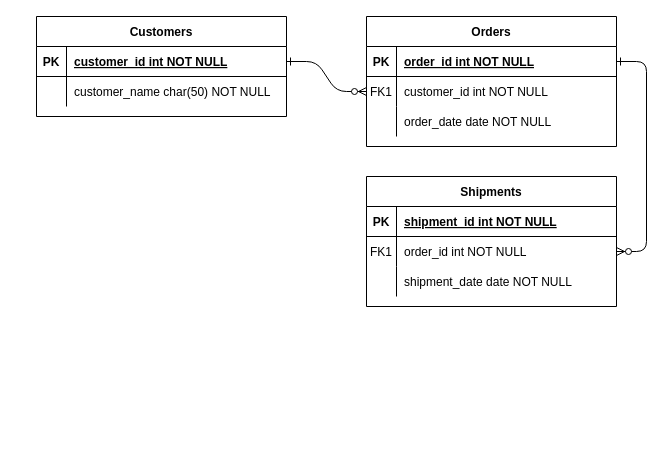
Earlier version of the draw.io diagram ER diagream virtual Reality.drawio (5935512009/virtual_reality_backend_project). Source tidied: cells renumbered, new cells numbered last; positions are measured from the earlier drawing's top-left corner, leaving out a move shared by most shapes. Both pictures are drawn from the tidied source at 100%, with x=0, y=0 at pixel (36, 16).
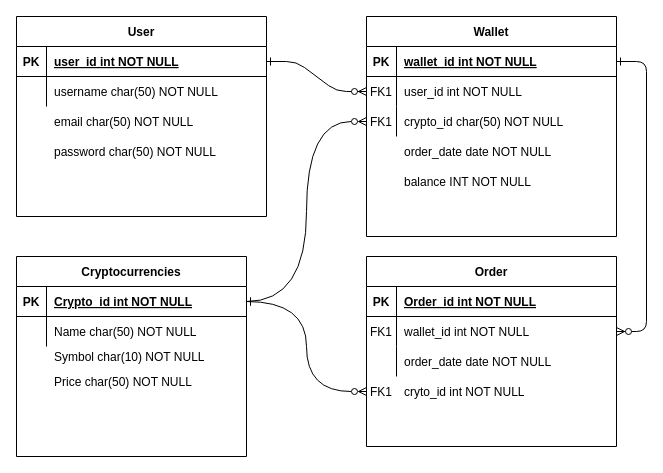
Above is the later version.

The change refers to these unchanged cells:
```xml
<mxCell id="5" style="shape=partialRectangle;fillColor=none;points=[[0,0.5],[1,0.5]];portConstraint=eastwest;top=0;left=0;right=0;bottom=1;" parent="4" vertex="1">
  <mxGeometry y="30" width="250" height="30" as="geometry" />
</mxCell>
<mxCell id="8" style="shape=partialRectangle;fillColor=none;points=[[0,0.5],[1,0.5]];portConstraint=eastwest;top=0;left=0;right=0;bottom=0;" parent="4" vertex="1">
  <mxGeometry y="60" width="250" height="30" as="geometry" />
</mxCell>
<mxCell id="11" style="shape=partialRectangle;fillColor=none;points=[[0,0.5],[1,0.5]];portConstraint=eastwest;top=0;left=0;right=0;bottom=0;" parent="4" vertex="1">
  <mxGeometry y="90" width="250" height="30" as="geometry" />
</mxCell>
<mxCell id="15" style="shape=partialRectangle;fillColor=none;top=0;left=0;right=0;bottom=1;" parent="14" vertex="1">
  <mxGeometry y="30" width="250" height="30" as="geometry" />
</mxCell>
<mxCell id="18" style="shape=partialRectangle;fillColor=none;points=[[0,0.5],[1,0.5]];portConstraint=eastwest;top=0;left=0;right=0;bottom=0;" parent="14" vertex="1">
  <mxGeometry y="60" width="250" height="30" as="geometry" />
</mxCell>
<mxCell id="21" style="shape=partialRectangle;fillColor=none;top=0;left=0;right=0;bottom=0;" parent="14" vertex="1">
  <mxGeometry y="90" width="250" height="30" as="geometry" />
</mxCell>
<mxCell id="25" style="shape=partialRectangle;fillColor=none;points=[[0,0.5],[1,0.5]];portConstraint=eastwest;top=0;left=0;right=0;bottom=1;" parent="24" vertex="1">
  <mxGeometry y="30" width="250" height="30" as="geometry" />
</mxCell>
<mxCell id="28" style="shape=partialRectangle;fillColor=none;top=0;left=0;right=0;bottom=0;" parent="24" vertex="1">
  <mxGeometry y="60" width="250" height="30" as="geometry" />
</mxCell>
```

The edit, as a diff of the source:
```diff
@@
+    <mxCell id="31" style="edgeStyle=orthogonalEdgeStyle;rounded=0;jettySize=auto;html=1;curved=1;entryX=1;entryY=0.5;entryDx=0;entryDy=0;exitX=0;exitY=0.5;exitDx=0;exitDy=0;endArrow=ERone;endFill=0;startArrow=ERzeroToMany;startFill=0;" parent="1" edge="1" source="11" target="35">
+      <mxGeometry relative="1" as="geometry" />
+    </mxCell>
-    <mxCell id="4" value="Orders" style="shape=table;startSize=30;childLayout=tableLayout;rowLines=0;fontStyle=1;align=center;" parent="1" vertex="1">
-      <mxGeometry x="330" width="250" height="130" as="geometry" />
+    <mxCell id="4" value="Wallet" style="shape=table;startSize=30;childLayout=tableLayout;rowLines=0;fontStyle=1;align=center;" parent="1" vertex="1">
+      <mxGeometry x="330" width="250" height="220" as="geometry" />
     </mxCell>
@@
-    <mxCell id="7" value="order_id int NOT NULL " style="shape=partialRectangle;overflow=hidden;fillColor=none;top=0;left=0;bottom=0;right=0;align=left;spacingLeft=6;fontStyle=5;" parent="5" vertex="1">
+    <mxCell id="7" value="wallet_id int NOT NULL " style="shape=partialRectangle;overflow=hidden;fillColor=none;top=0;left=0;bottom=0;right=0;align=left;spacingLeft=6;fontStyle=5;" parent="5" vertex="1">
       <mxGeometry x="30" width="220" height="30" as="geometry" />
     </mxCell>
@@
-    <mxCell id="10" value="customer_id int NOT NULL" style="shape=partialRectangle;overflow=hidden;fillColor=none;top=0;left=0;bottom=0;right=0;align=left;spacingLeft=6;" parent="8" vertex="1">
+    <mxCell id="10" value="user_id int NOT NULL" style="shape=partialRectangle;overflow=hidden;fillColor=none;top=0;left=0;bottom=0;right=0;align=left;spacingLeft=6;" parent="8" vertex="1">
       <mxGeometry x="30" width="220" height="30" as="geometry" />
     </mxCell>
@@
-    <mxCell id="13" value="order_date date NOT NULL" style="shape=partialRectangle;overflow=hidden;fillColor=none;top=0;left=0;bottom=0;right=0;align=left;spacingLeft=6;" parent="11" vertex="1">
+    <mxCell id="13" value="crypto_id char(50) NOT NULL" style="shape=partialRectangle;overflow=hidden;fillColor=none;top=0;left=0;bottom=0;right=0;align=left;spacingLeft=6;" parent="11" vertex="1">
       <mxGeometry x="30" width="220" height="30" as="geometry" />
     </mxCell>
-    <mxCell id="14" value="Shipments" style="shape=table;startSize=30;childLayout=tableLayout;rowLines=0;fontStyle=1;align=center;" parent="1" vertex="1">
-      <mxGeometry x="330" y="160" width="250" height="130" as="geometry" />
+    <mxCell id="14" value="Order" style="shape=table;startSize=30;childLayout=tableLayout;rowLines=0;fontStyle=1;align=center;" parent="1" vertex="1">
+      <mxGeometry x="330" y="240" width="250" height="190" as="geometry" />
     </mxCell>
@@
-    <mxCell id="17" value="shipment_id int NOT NULL " style="shape=partialRectangle;overflow=hidden;fillColor=none;top=0;left=0;bottom=0;right=0;align=left;spacingLeft=6;fontStyle=5;" parent="15" vertex="1">
+    <mxCell id="17" value="Order_id int NOT NULL " style="shape=partialRectangle;overflow=hidden;fillColor=none;top=0;left=0;bottom=0;right=0;align=left;spacingLeft=6;fontStyle=5;" parent="15" vertex="1">
       <mxGeometry x="30" width="220" height="30" as="geometry" />
     </mxCell>
@@
-    <mxCell id="20" value="order_id int NOT NULL" style="shape=partialRectangle;overflow=hidden;fillColor=none;top=0;left=0;bottom=0;right=0;align=left;spacingLeft=6;" parent="18" vertex="1">
+    <mxCell id="20" value="wallet_id int NOT NULL" style="shape=partialRectangle;overflow=hidden;fillColor=none;top=0;left=0;bottom=0;right=0;align=left;spacingLeft=6;" parent="18" vertex="1">
       <mxGeometry x="30" width="220" height="30" as="geometry" />
     </mxCell>
@@
-    <mxCell id="23" value="shipment_date date NOT NULL" style="shape=partialRectangle;overflow=hidden;fillColor=none;top=0;left=0;bottom=0;right=0;align=left;spacingLeft=6;" parent="21" vertex="1">
+    <mxCell id="23" value="order_date date NOT NULL" style="shape=partialRectangle;overflow=hidden;fillColor=none;top=0;left=0;bottom=0;right=0;align=left;spacingLeft=6;" parent="21" vertex="1">
       <mxGeometry x="30" width="220" height="30" as="geometry" />
     </mxCell>
+    <mxCell id="32" value="order_date date NOT NULL" style="shape=partialRectangle;overflow=hidden;fillColor=none;top=0;left=0;bottom=0;right=0;align=left;spacingLeft=6;" parent="1" vertex="1">
+      <mxGeometry x="360" y="120" width="220" height="30" as="geometry" />
+    </mxCell>
+    <mxCell id="33" value="balance INT NOT NULL" style="shape=partialRectangle;overflow=hidden;fillColor=none;top=0;left=0;bottom=0;right=0;align=left;spacingLeft=6;" parent="1" vertex="1">
+      <mxGeometry x="360" y="150" width="220" height="30" as="geometry" />
+    </mxCell>
+    <mxCell id="34" value="Cryptocurrencies" style="shape=table;startSize=30;childLayout=tableLayout;rowLines=0;fontStyle=1;align=center;" parent="1" vertex="1">
+      <mxGeometry x="-20" y="240" width="230" height="200" as="geometry" />
+    </mxCell>
+    <mxCell id="35" style="shape=partialRectangle;fillColor=none;points=[[0,0.5],[1,0.5]];portConstraint=eastwest;top=0;left=0;right=0;bottom=1;" parent="34" vertex="1">
+      <mxGeometry y="30" width="230" height="30" as="geometry" />
+    </mxCell>
+    <mxCell id="36" value="PK" style="shape=partialRectangle;overflow=hidden;fillColor=none;top=0;left=0;bottom=0;right=0;fontStyle=1;" parent="35" vertex="1">
+      <mxGeometry width="30" height="30" as="geometry" />
+    </mxCell>
+    <mxCell id="37" value="Crypto_id int NOT NULL" style="shape=partialRectangle;overflow=hidden;fillColor=none;top=0;left=0;bottom=0;right=0;align=left;spacingLeft=6;fontStyle=5;" parent="35" vertex="1">
+      <mxGeometry x="30" width="200" height="30" as="geometry" />
+    </mxCell>
+    <mxCell id="38" style="shape=partialRectangle;fillColor=none;top=0;left=0;right=0;bottom=0;" parent="34" vertex="1">
+      <mxGeometry y="60" width="230" height="30" as="geometry" />
+    </mxCell>
+    <mxCell id="39" style="shape=partialRectangle;overflow=hidden;fillColor=none;top=0;left=0;bottom=0;right=0;" parent="38" vertex="1">
+      <mxGeometry width="30" height="30" as="geometry" />
+    </mxCell>
+    <mxCell id="40" value="Name char(50) NOT NULL" style="shape=partialRectangle;overflow=hidden;fillColor=none;top=0;left=0;bottom=0;right=0;align=left;spacingLeft=6;" parent="38" vertex="1">
+      <mxGeometry x="30" width="200" height="30" as="geometry" />
+    </mxCell>
+    <mxCell id="41" style="shape=partialRectangle;fillColor=none;top=0;left=0;right=0;bottom=0;" parent="1" vertex="1">
+      <mxGeometry x="-20" y="360" width="290" height="30" as="geometry" />
+    </mxCell>
+    <mxCell id="42" style="shape=partialRectangle;overflow=hidden;fillColor=none;top=0;left=0;bottom=0;right=0;" parent="41" vertex="1">
+      <mxGeometry width="30" height="30" as="geometry" />
+    </mxCell>
+    <mxCell id="43" value="Price char(50) NOT NULL" style="shape=partialRectangle;overflow=hidden;fillColor=none;top=0;left=0;bottom=0;right=0;align=left;spacingLeft=6;" parent="41" vertex="1">
+      <mxGeometry x="30" y="-10" width="260" height="30" as="geometry" />
+    </mxCell>
+    <mxCell id="44" style="group;" parent="1" vertex="1">
+      <mxGeometry x="-20" width="250" height="200" as="geometry" />
+    </mxCell>
-    <mxCell id="24" value="Customers" style="shape=table;startSize=30;childLayout=tableLayout;rowLines=0;fontStyle=1;align=center;" parent="1" vertex="1">
-      <mxGeometry width="250" height="100" as="geometry" />
+    <mxCell id="24" value="User" style="shape=table;startSize=30;childLayout=tableLayout;rowLines=0;fontStyle=1;align=center;" parent="44" vertex="1">
+      <mxGeometry width="250" height="200" as="geometry" />
     </mxCell>
@@
-    <mxCell id="27" value="customer_id int NOT NULL " style="shape=partialRectangle;overflow=hidden;fillColor=none;top=0;left=0;bottom=0;right=0;align=left;spacingLeft=6;fontStyle=5;" parent="25" vertex="1">
+    <mxCell id="27" value="user_id int NOT NULL " style="shape=partialRectangle;overflow=hidden;fillColor=none;top=0;left=0;bottom=0;right=0;align=left;spacingLeft=6;fontStyle=5;" parent="25" vertex="1">
       <mxGeometry x="30" width="220" height="30" as="geometry" />
     </mxCell>
@@
-    <mxCell id="30" value="customer_name char(50) NOT NULL" style="shape=partialRectangle;overflow=hidden;fillColor=none;top=0;left=0;bottom=0;right=0;align=left;spacingLeft=6;" parent="28" vertex="1">
+    <mxCell id="30" value="username char(50) NOT NULL" style="shape=partialRectangle;overflow=hidden;fillColor=none;top=0;left=0;bottom=0;right=0;align=left;spacingLeft=6;" parent="28" vertex="1">
       <mxGeometry x="30" width="220" height="30" as="geometry" />
     </mxCell>
+    <mxCell id="45" value="email char(50) NOT NULL" style="shape=partialRectangle;overflow=hidden;fillColor=none;top=0;left=0;bottom=0;right=0;align=left;spacingLeft=6;" parent="44" vertex="1">
+      <mxGeometry x="30" y="90" width="220" height="30" as="geometry" />
+    </mxCell>
+    <mxCell id="46" value="password char(50) NOT NULL" style="shape=partialRectangle;overflow=hidden;fillColor=none;top=0;left=0;bottom=0;right=0;align=left;spacingLeft=6;" parent="44" vertex="1">
+      <mxGeometry x="30" y="120" width="220" height="30" as="geometry" />
+    </mxCell>
+    <mxCell id="47" value="Symbol char(10) NOT NULL" style="shape=partialRectangle;overflow=hidden;fillColor=none;top=0;left=0;bottom=0;right=0;align=left;spacingLeft=6;" parent="1" vertex="1">
+      <mxGeometry x="10" y="325" width="260" height="30" as="geometry" />
+    </mxCell>
+    <mxCell id="48" value="FK1" style="shape=partialRectangle;overflow=hidden;fillColor=none;top=0;left=0;bottom=0;right=0;" parent="1" vertex="1">
+      <mxGeometry x="330" y="90" width="30" height="30" as="geometry" />
+    </mxCell>
+    <mxCell id="49" style="shape=partialRectangle;fillColor=none;points=[[0,0.5],[1,0.5]];portConstraint=eastwest;top=0;left=0;right=0;bottom=0;" parent="1" vertex="1">
+      <mxGeometry x="330" y="360" width="250" height="30" as="geometry" />
+    </mxCell>
+    <mxCell id="50" value="FK1" style="shape=partialRectangle;overflow=hidden;fillColor=none;top=0;left=0;bottom=0;right=0;" parent="49" vertex="1">
+      <mxGeometry width="30" height="30" as="geometry" />
+    </mxCell>
+    <mxCell id="51" value="cryto_id int NOT NULL" style="shape=partialRectangle;overflow=hidden;fillColor=none;top=0;left=0;bottom=0;right=0;align=left;spacingLeft=6;" parent="49" vertex="1">
+      <mxGeometry x="30" width="220" height="30" as="geometry" />
+    </mxCell>
+    <mxCell id="52" style="endArrow=ERone;html=1;rounded=0;entryX=1;entryY=0.5;entryDx=0;entryDy=0;exitX=0;exitY=0.5;exitDx=0;exitDy=0;edgeStyle=orthogonalEdgeStyle;curved=1;startArrow=ERzeroToMany;startFill=0;endFill=0;" parent="1" edge="1" source="49" target="35">
+      <mxGeometry relative="1" as="geometry" />
+    </mxCell>
```
